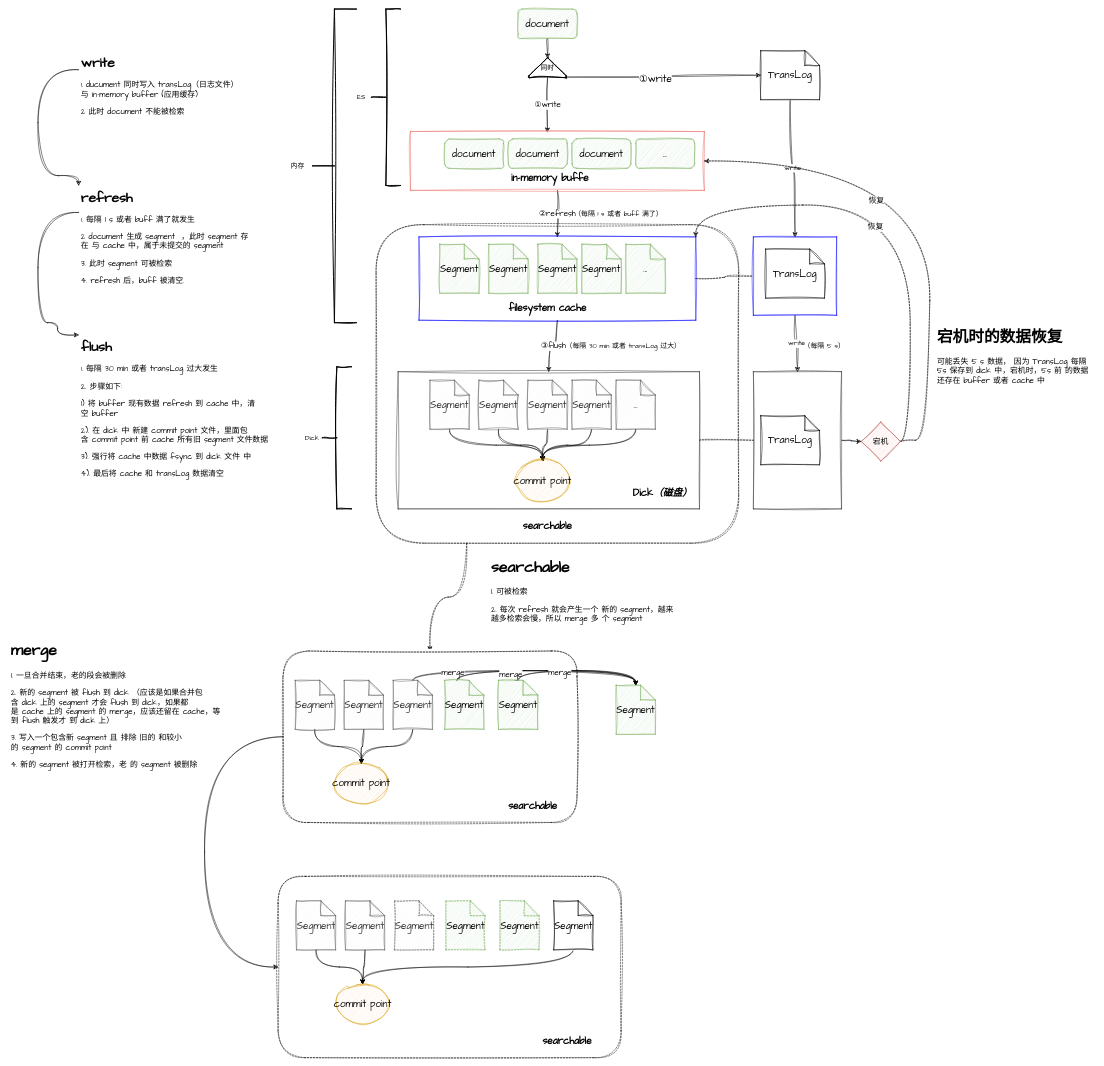
The draw.io diagram 消息中间件/未命名绘图.drawio in LeslieJiang/myStudy, before the edit. Source tidied: cells renumbered, new cells numbered last; positions are measured from the earlier drawing's top-left corner, leaving out a move shared by most shapes. Both pictures are drawn from the tidied source at 49%, with x=0, y=0 at pixel (8, 9).
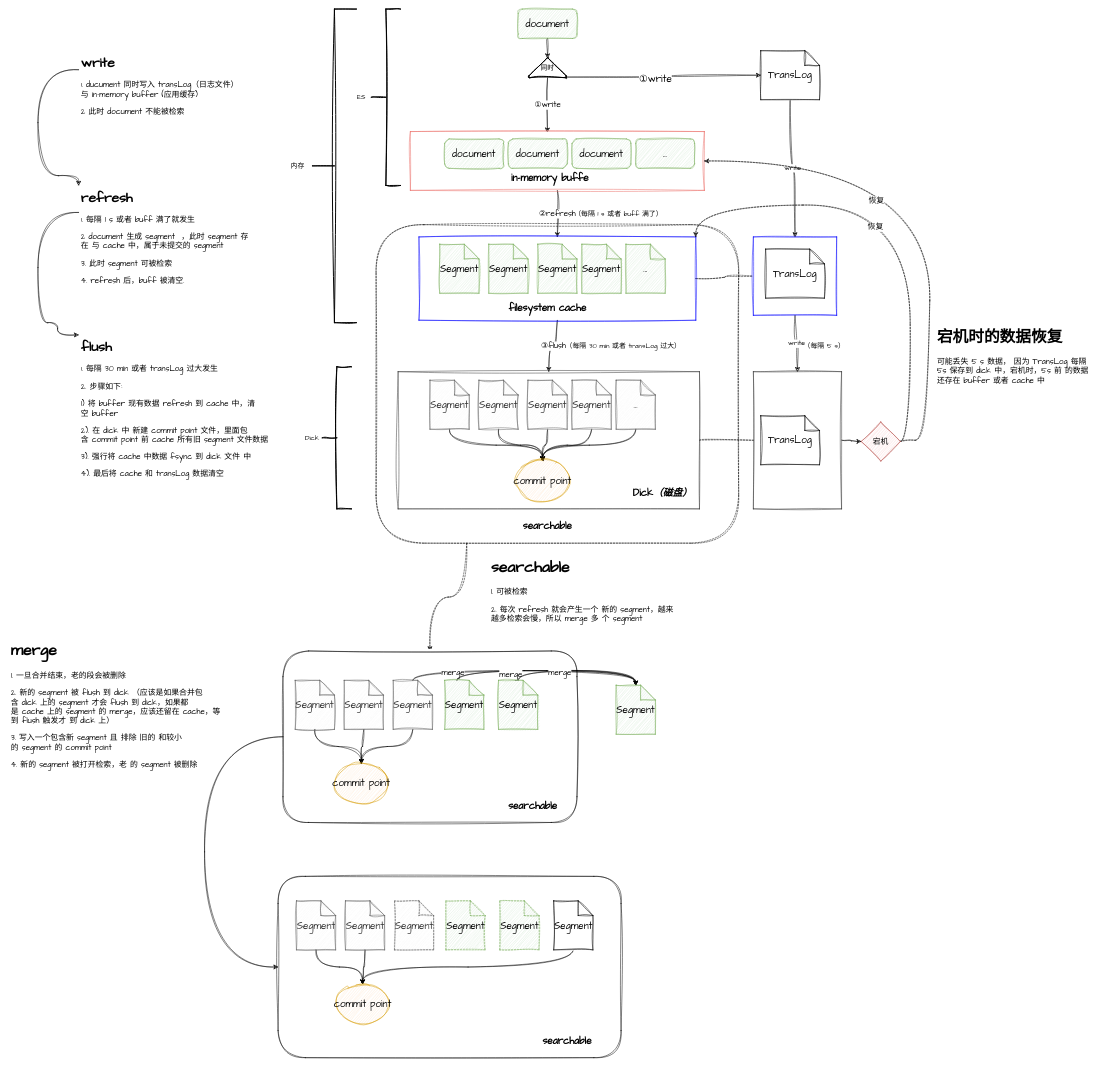
The same page after the edit.

What changed in the source:
```diff
@@
-    <mxCell id="2" style="rounded=1;whiteSpace=wrap;html=1;glass=0;dashed=1;sketch=1;hachureGap=4;jiggle=2;fontFamily=Architects Daughter;fontSize=16;" parent="1" vertex="1">
+    <mxCell id="2" style="rounded=1;whiteSpace=wrap;html=1;glass=0;sketch=1;hachureGap=4;jiggle=2;fontFamily=Architects Daughter;fontSize=16;" parent="1" vertex="1">
       <mxGeometry x="550" y="1770" width="700" height="370" as="geometry" />
     </mxCell>
@@
-    <mxCell id="72" style="rounded=1;whiteSpace=wrap;html=1;glass=0;dashed=1;sketch=1;hachureGap=4;jiggle=2;fontFamily=Architects Daughter;fontSize=16;" parent="1" vertex="1">
+    <mxCell id="72" style="rounded=1;whiteSpace=wrap;html=1;glass=0;sketch=1;hachureGap=4;jiggle=2;fontFamily=Architects Daughter;fontSize=16;" parent="1" vertex="1">
       <mxGeometry x="560" y="1310" width="600" height="350" as="geometry" />
     </mxCell>
```
